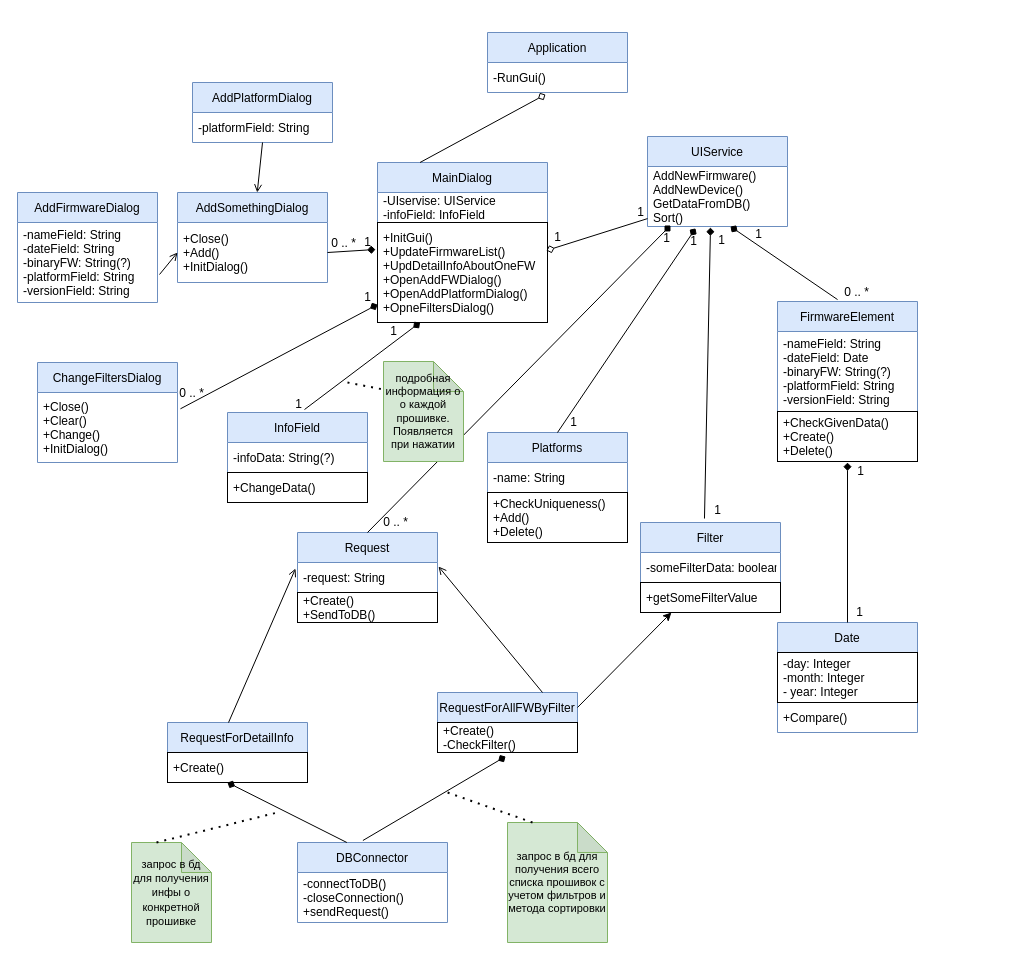
sophiiako/unik keeps this draw.io diagram as kursDiag.drawio. Above is the earlier version. Source tidied: cells renumbered, new cells numbered last; positions are measured from the earlier drawing's top-left corner, leaving out a move shared by most shapes. Both pictures are drawn from the tidied source at 100%, with x=0, y=0 at pixel (17, 32).
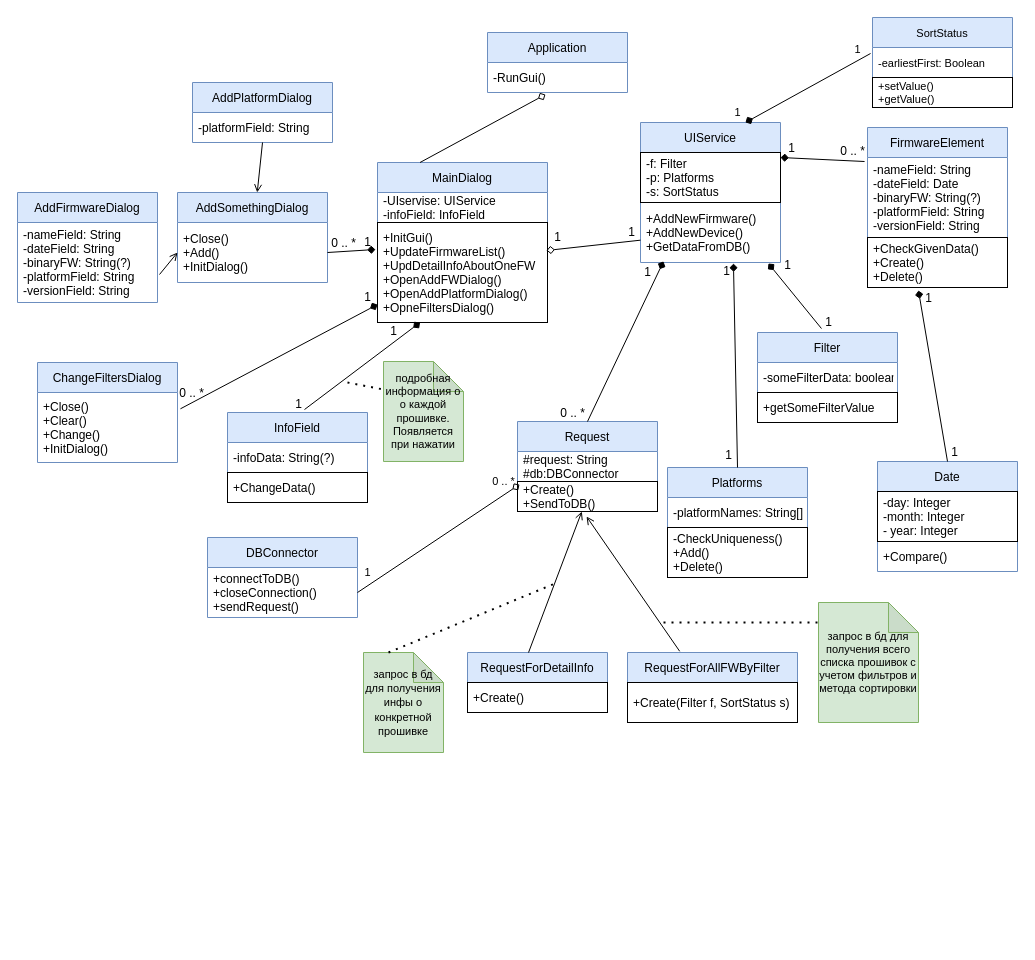
After the change.

The change refers to these unchanged cells:
```xml
<mxCell id="18" value="-nameField: String&#10;-dateField: Date&#10;-binaryFW: String(?)&#10;-platformField: String&#10;-versionField: String" style="text;strokeColor=none;fillColor=none;align=left;verticalAlign=middle;spacingLeft=4;spacingRight=4;overflow=hidden;points=[[0,0.5],[1,0.5]];portConstraint=eastwest;" parent="17" vertex="1">
  <mxGeometry y="30" width="140" height="80" as="geometry" />
</mxCell>
<mxCell id="19" value="+CheckGivenData()&#10;+Create()&#10;+Delete()" style="text;strokeColor=default;fillColor=none;align=left;verticalAlign=middle;spacingLeft=4;spacingRight=4;overflow=hidden;points=[[0,0.5],[1,0.5]];portConstraint=eastwest;" parent="17" vertex="1">
  <mxGeometry y="110" width="140" height="50" as="geometry" />
</mxCell>
<mxCell id="25" value="+Create()&#10;+SendToDB()" style="text;strokeColor=default;fillColor=none;align=left;verticalAlign=middle;spacingLeft=4;spacingRight=4;overflow=hidden;points=[[0,0.5],[1,0.5]];portConstraint=eastwest;" parent="23" vertex="1">
  <mxGeometry y="60" width="140" height="30" as="geometry" />
</mxCell>
<mxCell id="71" value="+getSomeFilterValue" style="text;strokeColor=default;fillColor=none;align=left;verticalAlign=middle;spacingLeft=4;spacingRight=4;overflow=hidden;points=[[0,0.5],[1,0.5]];portConstraint=eastwest;" parent="69" vertex="1">
  <mxGeometry y="60" width="140" height="30" as="geometry" />
</mxCell>
```

What changed in the source:
```diff
@@
     <mxCell id="4" value="UIService" style="swimlane;fontStyle=0;horizontal=1;startSize=30;fillColor=#dae8fc;strokeColor=#6c8ebf;" parent="1" vertex="1">
-      <mxGeometry x="630" y="104" width="140" height="90" as="geometry" />
+      <mxGeometry x="623" y="90" width="140" height="140" as="geometry" />
     </mxCell>
+    <mxCell id="82" value="-f: Filter&#10;-p: Platforms&#10;-s: SortStatus" style="text;strokeColor=default;fillColor=none;align=left;verticalAlign=middle;spacingLeft=4;spacingRight=4;overflow=hidden;" parent="4" vertex="1">
+      <mxGeometry y="30" width="140" height="50" as="geometry" />
+    </mxCell>
-    <mxCell id="5" value="AddNewFirmware()&#10;AddNewDevice()&#10;GetDataFromDB()&#10;Sort()" style="text;strokeColor=none;fillColor=none;align=left;verticalAlign=middle;spacingLeft=4;spacingRight=4;overflow=hidden;points=[[0,0.5],[1,0.5]];portConstraint=eastwest;" parent="4" vertex="1">
-      <mxGeometry y="30" width="140" height="60" as="geometry" />
+    <mxCell id="5" value="+AddNewFirmware()&#10;+AddNewDevice()&#10;+GetDataFromDB()" style="text;strokeColor=none;fillColor=none;align=left;verticalAlign=middle;spacingLeft=4;spacingRight=4;overflow=hidden;points=[[0,0.5],[1,0.5]];portConstraint=eastwest;" parent="4" vertex="1">
+      <mxGeometry y="80" width="140" height="60" as="geometry" />
     </mxCell>
@@
     <mxCell id="9" value="Date" style="swimlane;fontStyle=0;horizontal=1;startSize=30;fillColor=#dae8fc;strokeColor=#6c8ebf;" parent="1" vertex="1">
-      <mxGeometry x="760" y="590" width="140" height="110" as="geometry" />
+      <mxGeometry x="860" y="429" width="140" height="110" as="geometry" />
     </mxCell>
@@
     <mxCell id="12" value="DBConnector" style="swimlane;fontStyle=0;horizontal=1;startSize=30;fillColor=#dae8fc;strokeColor=#6c8ebf;" parent="1" vertex="1">
-      <mxGeometry x="280" y="810" width="150" height="80" as="geometry" />
+      <mxGeometry x="190" y="505" width="150" height="80" as="geometry" />
     </mxCell>
-    <mxCell id="13" value="-connectToDB()&#10;-closeConnection()&#10;+sendRequest()" style="text;strokeColor=none;fillColor=none;align=left;verticalAlign=middle;spacingLeft=4;spacingRight=4;overflow=hidden;points=[[0,0.5],[1,0.5]];portConstraint=eastwest;" parent="12" vertex="1">
+    <mxCell id="13" value="+connectToDB()&#10;+closeConnection()&#10;+sendRequest()" style="text;strokeColor=none;fillColor=none;align=left;verticalAlign=middle;spacingLeft=4;spacingRight=4;overflow=hidden;points=[[0,0.5],[1,0.5]];portConstraint=eastwest;" parent="12" vertex="1">
       <mxGeometry y="30" width="150" height="50" as="geometry" />
     </mxCell>
     <mxCell id="14" value="Platforms" style="swimlane;fontStyle=0;horizontal=1;startSize=30;fillColor=#dae8fc;strokeColor=#6c8ebf;" parent="1" vertex="1">
-      <mxGeometry x="470" y="400" width="140" height="110" as="geometry" />
+      <mxGeometry x="650" y="435" width="140" height="110" as="geometry" />
     </mxCell>
-    <mxCell id="15" value="-name: String" style="text;strokeColor=none;fillColor=none;align=left;verticalAlign=middle;spacingLeft=4;spacingRight=4;overflow=hidden;" parent="14" vertex="1">
+    <mxCell id="15" value="-platformNames: String[]" style="text;strokeColor=none;fillColor=none;align=left;verticalAlign=middle;spacingLeft=4;spacingRight=4;overflow=hidden;" parent="14" vertex="1">
       <mxGeometry y="30" width="140" height="30" as="geometry" />
     </mxCell>
-    <mxCell id="16" value="+CheckUniqueness()&#10;+Add()&#10;+Delete()" style="text;strokeColor=default;fillColor=none;align=left;verticalAlign=middle;spacingLeft=4;spacingRight=4;overflow=hidden;" parent="14" vertex="1">
+    <mxCell id="16" value="-CheckUniqueness()&#10;+Add()&#10;+Delete()" style="text;strokeColor=default;fillColor=none;align=left;verticalAlign=middle;spacingLeft=4;spacingRight=4;overflow=hidden;" parent="14" vertex="1">
       <mxGeometry y="60" width="140" height="50" as="geometry" />
     </mxCell>
     <mxCell id="17" value="FirmwareElement" style="swimlane;fontStyle=0;horizontal=1;startSize=30;fillColor=#dae8fc;strokeColor=#6c8ebf;" parent="1" vertex="1">
-      <mxGeometry x="760" y="269" width="140" height="160" as="geometry" />
+      <mxGeometry x="850" y="95" width="140" height="160" as="geometry" />
     </mxCell>
@@
     <mxCell id="23" value="Request" style="swimlane;fontStyle=0;horizontal=1;startSize=30;fillColor=#dae8fc;strokeColor=#6c8ebf;" parent="1" vertex="1">
-      <mxGeometry x="280" y="500" width="140" height="90" as="geometry" />
+      <mxGeometry x="500" y="389" width="140" height="90" as="geometry" />
     </mxCell>
-    <mxCell id="24" value="-request: String" style="text;strokeColor=none;fillColor=none;align=left;verticalAlign=middle;spacingLeft=4;spacingRight=4;overflow=hidden;points=[[0,0.5],[1,0.5]];portConstraint=eastwest;" parent="23" vertex="1">
+    <mxCell id="24" value="#request: String&#10;#db:DBConnector" style="text;strokeColor=none;fillColor=none;align=left;verticalAlign=middle;spacingLeft=4;spacingRight=4;overflow=hidden;points=[[0,0.5],[1,0.5]];portConstraint=eastwest;" parent="23" vertex="1">
       <mxGeometry y="30" width="140" height="30" as="geometry" />
     </mxCell>
@@
-    <mxCell id="27" style="endArrow=none;html=1;rounded=0;entryX=0.429;entryY=-0.012;entryDx=0;entryDy=0;entryPerimeter=0;startArrow=diamond;startFill=1;endFill=0;exitX=0.593;exitY=1;exitDx=0;exitDy=0;exitPerimeter=0;" parent="1" edge="1" source="5" target="17">
+    <mxCell id="27" style="endArrow=none;html=1;rounded=0;entryX=-0.021;entryY=0.05;entryDx=0;entryDy=0;entryPerimeter=0;startArrow=diamond;startFill=1;endFill=0;exitX=1;exitY=0.25;exitDx=0;exitDy=0;" parent="1" edge="1" source="4" target="18">
       <mxGeometry relative="1" as="geometry" />
     </mxCell>
-    <mxCell id="28" style="endArrow=none;html=1;rounded=0;entryX=0.5;entryY=0;entryDx=0;entryDy=0;startArrow=diamond;startFill=1;endFill=0;exitX=0.343;exitY=1.033;exitDx=0;exitDy=0;exitPerimeter=0;" parent="1" edge="1" source="5" target="14">
+    <mxCell id="28" style="endArrow=none;html=1;rounded=0;entryX=0.5;entryY=0;entryDx=0;entryDy=0;startArrow=diamond;startFill=1;endFill=0;exitX=0.664;exitY=1.017;exitDx=0;exitDy=0;exitPerimeter=0;" parent="1" edge="1" source="5" target="14">
       <mxGeometry relative="1" as="geometry" />
     </mxCell>
-    <mxCell id="29" style="endArrow=none;html=1;rounded=0;entryX=0.5;entryY=0;entryDx=0;entryDy=0;startArrow=diamond;startFill=1;endFill=0;" parent="1" edge="1" target="9">
-      <mxGeometry relative="1" as="geometry">
-        <mxPoint x="830" y="430" as="sourcePoint" />
-      </mxGeometry>
+    <mxCell id="29" style="endArrow=none;html=1;rounded=0;entryX=0.5;entryY=0;entryDx=0;entryDy=0;startArrow=diamond;startFill=1;endFill=0;exitX=0.364;exitY=1.06;exitDx=0;exitDy=0;exitPerimeter=0;" parent="1" edge="1" source="19" target="9">
+      <mxGeometry relative="1" as="geometry" />
     </mxCell>
@@
     <mxCell id="33" value="RequestForDetailInfo" style="swimlane;fontStyle=0;horizontal=1;startSize=30;fillColor=#dae8fc;strokeColor=#6c8ebf;" parent="1" vertex="1">
-      <mxGeometry x="150" y="690" width="140" height="60" as="geometry" />
+      <mxGeometry x="450" y="620" width="140" height="60" as="geometry" />
     </mxCell>
@@
     <mxCell id="35" value="RequestForAllFWByFilter" style="swimlane;fontStyle=0;horizontal=1;startSize=30;fillColor=#dae8fc;strokeColor=#6c8ebf;" parent="1" vertex="1">
-      <mxGeometry x="420" y="660" width="140" height="60" as="geometry" />
+      <mxGeometry x="610" y="620" width="170" height="70" as="geometry" />
     </mxCell>
-    <mxCell id="36" value="+Create()&#10;-CheckFilter()" style="text;strokeColor=default;fillColor=none;align=left;verticalAlign=middle;spacingLeft=4;spacingRight=4;overflow=hidden;points=[[0,0.5],[1,0.5]];portConstraint=eastwest;" parent="35" vertex="1">
-      <mxGeometry y="30" width="140" height="30" as="geometry" />
+    <mxCell id="36" value="+Create(Filter f, SortStatus s)" style="text;strokeColor=default;fillColor=none;align=left;verticalAlign=middle;spacingLeft=4;spacingRight=4;overflow=hidden;points=[[0,0.5],[1,0.5]];portConstraint=eastwest;" parent="35" vertex="1">
+      <mxGeometry y="30" width="170" height="40" as="geometry" />
     </mxCell>
-    <mxCell id="37" style="endArrow=open;html=1;rounded=0;exitX=0.436;exitY=0;exitDx=0;exitDy=0;exitPerimeter=0;entryX=-0.014;entryY=0.2;entryDx=0;entryDy=0;entryPerimeter=0;endFill=0;" parent="1" edge="1" source="33" target="24">
+    <mxCell id="37" style="endArrow=open;html=1;rounded=0;exitX=0.436;exitY=0;exitDx=0;exitDy=0;exitPerimeter=0;endFill=0;" parent="1" edge="1" source="33" target="25">
       <mxGeometry relative="1" as="geometry" />
     </mxCell>
-    <mxCell id="38" style="endArrow=open;html=1;rounded=0;exitX=0.75;exitY=0;exitDx=0;exitDy=0;entryX=1.007;entryY=0.133;entryDx=0;entryDy=0;entryPerimeter=0;endFill=0;" parent="1" edge="1" source="35" target="24">
+    <mxCell id="38" style="endArrow=open;html=1;rounded=0;exitX=0.307;exitY=-0.017;exitDx=0;exitDy=0;entryX=0.493;entryY=1.167;entryDx=0;entryDy=0;entryPerimeter=0;endFill=0;exitPerimeter=0;" parent="1" edge="1" source="35" target="25">
       <mxGeometry relative="1" as="geometry" />
     </mxCell>
-    <mxCell id="39" style="endArrow=none;html=1;rounded=0;exitX=0.486;exitY=1.133;exitDx=0;exitDy=0;exitPerimeter=0;entryX=0.436;entryY=-0.025;entryDx=0;entryDy=0;entryPerimeter=0;startArrow=diamond;startFill=1;endFill=0;" parent="1" edge="1" source="36" target="12">
+    <mxCell id="39" style="endArrow=none;html=1;rounded=0;exitX=0.014;exitY=1.1;exitDx=0;exitDy=0;entryX=1;entryY=0.5;entryDx=0;entryDy=0;startArrow=diamond;startFill=0;endFill=0;exitPerimeter=0;" parent="1" edge="1" source="24" target="13">
       <mxGeometry relative="1" as="geometry" />
     </mxCell>
@@
-    <mxCell id="49" style="endArrow=none;html=1;rounded=0;entryX=0.329;entryY=0;entryDx=0;entryDy=0;entryPerimeter=0;startArrow=diamond;startFill=1;endFill=0;" parent="1" edge="1" target="12">
-      <mxGeometry relative="1" as="geometry">
-        <mxPoint x="210" y="750" as="sourcePoint" />
-      </mxGeometry>
-    </mxCell>
@@
     <mxCell id="53" value="1" style="text;html=1;align=center;verticalAlign=middle;strokeColor=none;fillColor=none;" parent="1" vertex="1">
-      <mxGeometry x="613" y="170" width="20" height="20" as="geometry" />
+      <mxGeometry x="604" y="190" width="20" height="20" as="geometry" />
     </mxCell>
@@
     <mxCell id="61" value="1" style="text;html=1;align=center;verticalAlign=middle;strokeColor=none;fillColor=none;" parent="1" vertex="1">
-      <mxGeometry x="731" y="192" width="20" height="20" as="geometry" />
+      <mxGeometry x="764" y="106" width="20" height="20" as="geometry" />
     </mxCell>
     <mxCell id="62" value="0 .. *" style="text;html=1;align=center;verticalAlign=middle;strokeColor=none;fillColor=none;" parent="1" vertex="1">
-      <mxGeometry x="819" y="250" width="40" height="20" as="geometry" />
+      <mxGeometry x="815" y="109" width="40" height="20" as="geometry" />
     </mxCell>
     <mxCell id="63" value="1" style="text;html=1;align=center;verticalAlign=middle;strokeColor=none;fillColor=none;" parent="1" vertex="1">
-      <mxGeometry x="546" y="380" width="20" height="20" as="geometry" />
+      <mxGeometry x="701" y="413" width="20" height="20" as="geometry" />
     </mxCell>
     <mxCell id="64" value="1" style="text;html=1;align=center;verticalAlign=middle;strokeColor=none;fillColor=none;" parent="1" vertex="1">
-      <mxGeometry x="666" y="199" width="20" height="20" as="geometry" />
+      <mxGeometry x="699" y="229" width="20" height="20" as="geometry" />
     </mxCell>
     <mxCell id="65" value="0 .. *" style="text;html=1;align=center;verticalAlign=middle;strokeColor=none;fillColor=none;" parent="1" vertex="1">
-      <mxGeometry x="358" y="480" width="40" height="20" as="geometry" />
+      <mxGeometry x="535" y="371" width="40" height="20" as="geometry" />
     </mxCell>
     <mxCell id="66" value="1" style="text;html=1;align=center;verticalAlign=middle;strokeColor=none;fillColor=none;" parent="1" vertex="1">
-      <mxGeometry x="639" y="196" width="20" height="20" as="geometry" />
+      <mxGeometry x="620" y="230" width="20" height="20" as="geometry" />
     </mxCell>
     <mxCell id="67" value="1" style="text;html=1;align=center;verticalAlign=middle;strokeColor=none;fillColor=none;" parent="1" vertex="1">
-      <mxGeometry x="833" y="429" width="20" height="20" as="geometry" />
+      <mxGeometry x="901" y="256" width="20" height="20" as="geometry" />
     </mxCell>
     <mxCell id="68" value="1" style="text;html=1;align=center;verticalAlign=middle;strokeColor=none;fillColor=none;" parent="1" vertex="1">
-      <mxGeometry x="832" y="570" width="20" height="20" as="geometry" />
+      <mxGeometry x="927" y="410" width="20" height="20" as="geometry" />
     </mxCell>
     <mxCell id="69" value="Filter" style="swimlane;fontStyle=0;horizontal=1;startSize=30;fillColor=#dae8fc;strokeColor=#6c8ebf;" parent="1" vertex="1">
-      <mxGeometry x="623" y="490" width="140" height="90" as="geometry" />
+      <mxGeometry x="740" y="300" width="140" height="90" as="geometry" />
     </mxCell>
@@
-    <mxCell id="72" style="endArrow=diamond;html=1;rounded=0;exitX=0.457;exitY=-0.044;exitDx=0;exitDy=0;exitPerimeter=0;entryX=0.45;entryY=1.017;entryDx=0;entryDy=0;entryPerimeter=0;endFill=1;" parent="1" edge="1" source="69" target="5">
+    <mxCell id="72" style="endArrow=diamond;html=1;rounded=0;exitX=0.457;exitY=-0.044;exitDx=0;exitDy=0;exitPerimeter=0;entryX=0.914;entryY=1.017;entryDx=0;entryDy=0;entryPerimeter=0;endFill=1;" parent="1" edge="1" source="69" target="5">
       <mxGeometry relative="1" as="geometry" />
     </mxCell>
     <mxCell id="73" value="1" style="text;html=1;align=center;verticalAlign=middle;strokeColor=none;fillColor=none;" parent="1" vertex="1">
-      <mxGeometry x="694" y="198" width="20" height="20" as="geometry" />
+      <mxGeometry x="760" y="223" width="20" height="20" as="geometry" />
     </mxCell>
     <mxCell id="74" value="1" style="text;html=1;align=center;verticalAlign=middle;strokeColor=none;fillColor=none;" parent="1" vertex="1">
-      <mxGeometry x="690" y="468" width="20" height="20" as="geometry" />
+      <mxGeometry x="801" y="280" width="20" height="20" as="geometry" />
     </mxCell>
-    <mxCell id="75" style="endArrow=classic;html=1;rounded=0;exitX=1;exitY=0.25;exitDx=0;exitDy=0;entryX=0.221;entryY=1;entryDx=0;entryDy=0;entryPerimeter=0;" parent="1" edge="1" source="35" target="71">
-      <mxGeometry relative="1" as="geometry" />
-    </mxCell>
     <mxCell id="76" value="&lt;font style=&quot;font-size: 11px&quot;&gt;запрос в бд для получения инфы о конкретной прошивке&lt;/font&gt;" style="shape=note;whiteSpace=wrap;html=1;backgroundOutline=1;darkOpacity=0.05;fillColor=#d5e8d4;strokeColor=#82b366;" parent="1" vertex="1">
-      <mxGeometry x="114" y="810" width="80" height="100" as="geometry" />
+      <mxGeometry x="346" y="620" width="80" height="100" as="geometry" />
     </mxCell>
     <mxCell id="77" style="endArrow=none;dashed=1;html=1;dashPattern=1 3;strokeWidth=2;rounded=0;fontSize=11;exitX=0;exitY=0;exitDx=25;exitDy=0;exitPerimeter=0;" parent="1" edge="1" source="76">
       <mxGeometry relative="1" as="geometry">
-        <mxPoint x="260" y="780" as="targetPoint" />
+        <mxPoint x="540" y="550" as="targetPoint" />
       </mxGeometry>
     </mxCell>
     <mxCell id="78" value="запрос в бд для получения всего списка прошивок с учетом фильтров и метода сортировки" style="shape=note;whiteSpace=wrap;html=1;backgroundOutline=1;darkOpacity=0.05;fontSize=11;fillColor=#d5e8d4;strokeColor=#82b366;" parent="1" vertex="1">
-      <mxGeometry x="490" y="790" width="100" height="120" as="geometry" />
+      <mxGeometry x="801" y="570" width="100" height="120" as="geometry" />
     </mxCell>
-    <mxCell id="79" style="endArrow=none;dashed=1;html=1;dashPattern=1 3;strokeWidth=2;rounded=0;fontSize=11;exitX=0;exitY=0;exitDx=25;exitDy=0;exitPerimeter=0;" parent="1" edge="1" source="78">
+    <mxCell id="79" style="endArrow=none;dashed=1;html=1;dashPattern=1 3;strokeWidth=2;rounded=0;fontSize=11;" parent="1" edge="1">
       <mxGeometry relative="1" as="geometry">
-        <mxPoint x="430" y="760" as="targetPoint" />
+        <mxPoint x="800" y="590" as="sourcePoint" />
+        <mxPoint x="640" y="590" as="targetPoint" />
       </mxGeometry>
     </mxCell>
@@
+    <mxCell id="83" value="SortStatus" style="swimlane;fontStyle=0;horizontal=1;startSize=30;fontSize=11;strokeColor=#6c8ebf;fillColor=#dae8fc;" parent="1" vertex="1">
+      <mxGeometry x="855" y="-15" width="140" height="90" as="geometry" />
+    </mxCell>
+    <mxCell id="84" value="-earliestFirst: Boolean" style="text;strokeColor=none;fillColor=none;align=left;verticalAlign=middle;spacingLeft=4;spacingRight=4;overflow=hidden;points=[[0,0.5],[1,0.5]];portConstraint=eastwest;fontSize=11;" parent="83" vertex="1">
+      <mxGeometry y="30" width="140" height="30" as="geometry" />
+    </mxCell>
+    <mxCell id="85" value="+setValue()&#10;+getValue()" style="text;strokeColor=default;fillColor=none;align=left;verticalAlign=middle;spacingLeft=4;spacingRight=4;overflow=hidden;fontSize=11;" parent="83" vertex="1">
+      <mxGeometry y="60" width="140" height="30" as="geometry" />
+    </mxCell>
+    <mxCell id="86" style="endArrow=diamond;html=1;rounded=0;fontSize=11;exitX=-0.014;exitY=0.2;exitDx=0;exitDy=0;exitPerimeter=0;entryX=0.75;entryY=0;entryDx=0;entryDy=0;endFill=1;" parent="1" edge="1" source="84" target="4">
+      <mxGeometry relative="1" as="geometry" />
+    </mxCell>
+    <mxCell id="87" value="1" style="text;html=1;align=center;verticalAlign=middle;strokeColor=none;fillColor=none;fontSize=11;" parent="1" vertex="1">
+      <mxGeometry x="710" y="70" width="20" height="20" as="geometry" />
+    </mxCell>
+    <mxCell id="88" value="1" style="text;html=1;align=center;verticalAlign=middle;strokeColor=none;fillColor=none;fontSize=11;" parent="1" vertex="1">
+      <mxGeometry x="830" y="7" width="20" height="20" as="geometry" />
+    </mxCell>
+    <mxCell id="89" value="0 .. *" style="text;html=1;align=center;verticalAlign=middle;strokeColor=none;fillColor=none;fontSize=11;" parent="1" vertex="1">
+      <mxGeometry x="466" y="439" width="40" height="20" as="geometry" />
+    </mxCell>
+    <mxCell id="90" value="1" style="text;html=1;align=center;verticalAlign=middle;strokeColor=none;fillColor=none;fontSize=11;" parent="1" vertex="1">
+      <mxGeometry x="340" y="530" width="20" height="20" as="geometry" />
+    </mxCell>
```
